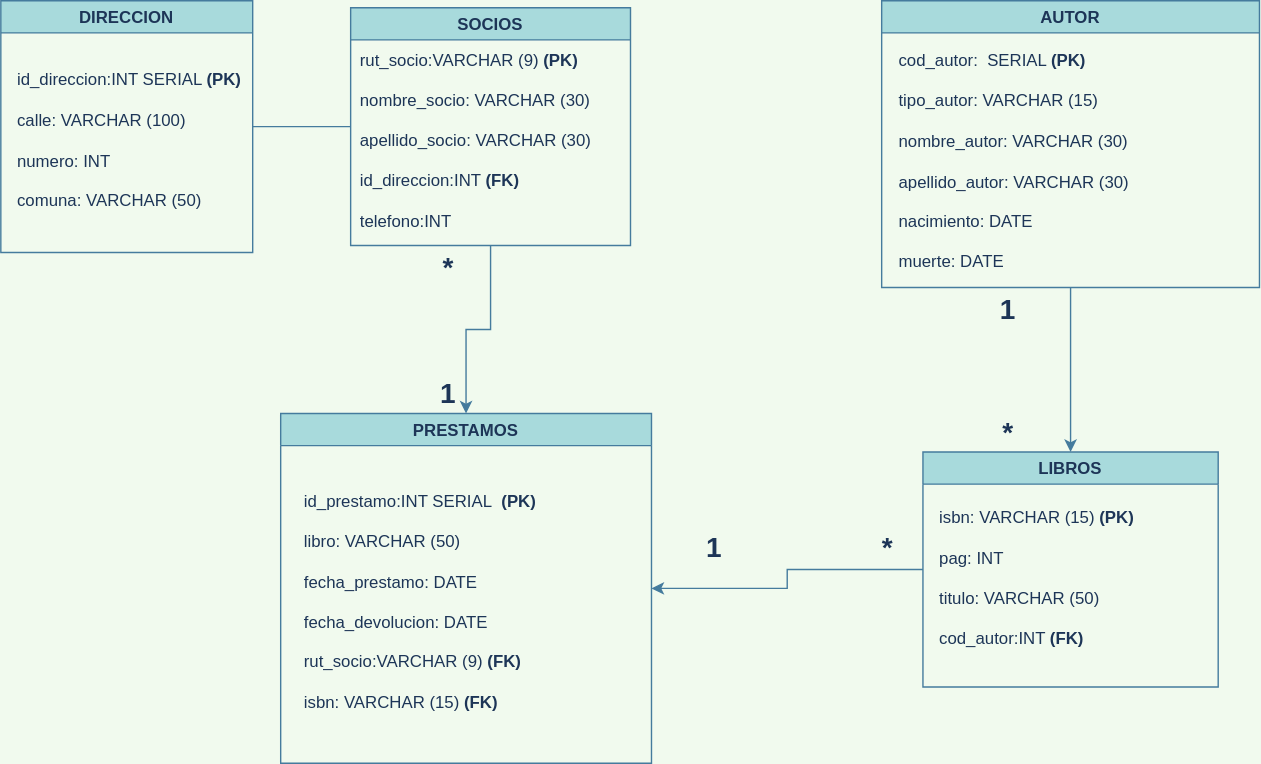
The draw.io diagram Modelo_Fisico_03.svg in latiscool/BD_Bilbioteca_LTG, before a commit. Source tidied: cells renumbered, new cells last; positions are measured from the earlier drawing's top-left corner, leaving out a move shared by most shapes.
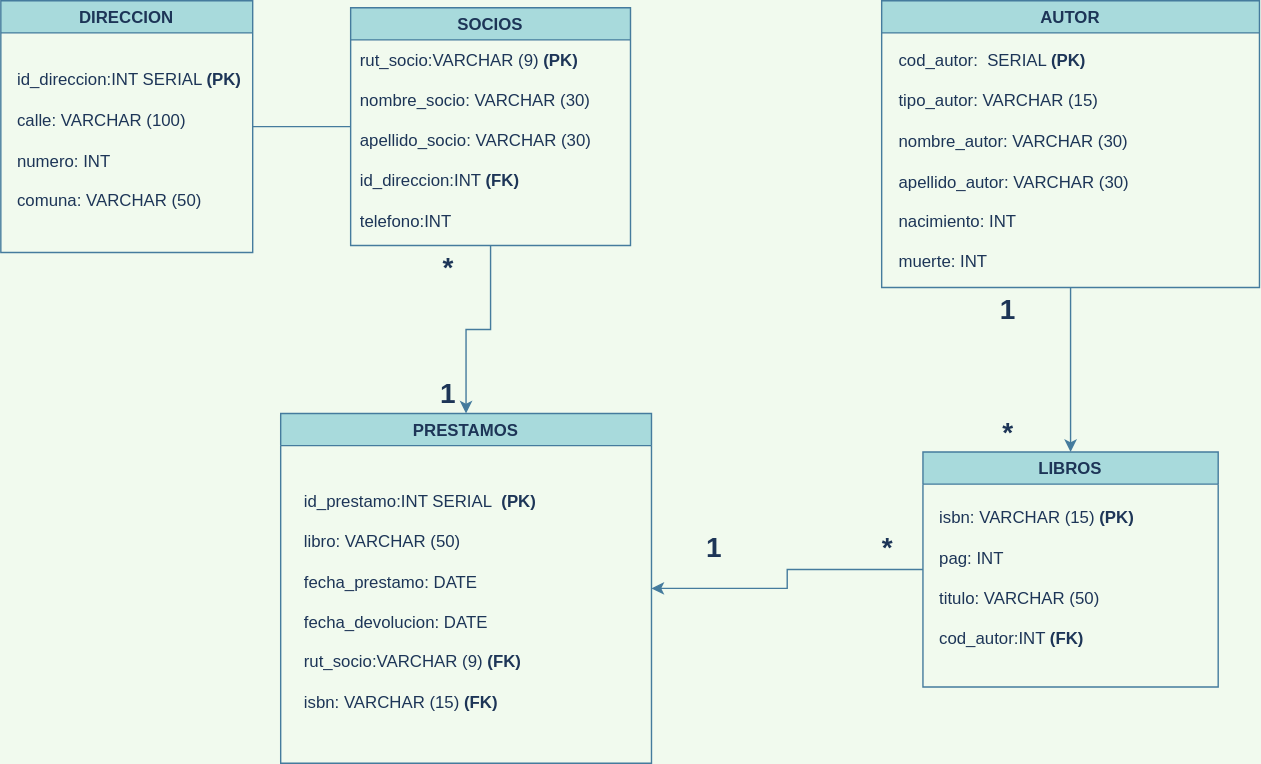
Later version of the same file.

Change to the diagram source:
```diff
@@ -32,7 +32,7 @@
     <mxCell id="11" value="AUTOR" style="swimlane;fillColor=#A8DADC;strokeColor=#457B9D;fontColor=#1D3557;" parent="1" vertex="1">
       <mxGeometry x="629.5" width="270" height="205" as="geometry" />
     </mxCell>
-    <mxCell id="12" value="cod_autor:&amp;nbsp; SERIAL &lt;b&gt;(PK)&lt;br&gt;&lt;/b&gt;&lt;br&gt;tipo_autor: VARCHAR (15)&lt;br&gt;&lt;br&gt;nombre_autor: VARCHAR (30)&lt;br&gt;&lt;br&gt;apellido_autor: VARCHAR (30)&lt;br&gt;&lt;br&gt;nacimiento: DATE&lt;br&gt;&lt;br&gt;muerte: DATE" style="text;html=1;strokeColor=none;fillColor=none;align=left;verticalAlign=middle;whiteSpace=wrap;rounded=0;sketch=0;fontColor=#1D3557;" parent="11" vertex="1">
+    <mxCell id="12" value="cod_autor:&amp;nbsp; SERIAL &lt;b&gt;(PK)&lt;br&gt;&lt;/b&gt;&lt;br&gt;tipo_autor: VARCHAR (15)&lt;br&gt;&lt;br&gt;nombre_autor: VARCHAR (30)&lt;br&gt;&lt;br&gt;apellido_autor: VARCHAR (30)&lt;br&gt;&lt;br&gt;nacimiento: INT&lt;br&gt;&lt;br&gt;muerte: INT" style="text;html=1;strokeColor=none;fillColor=none;align=left;verticalAlign=middle;whiteSpace=wrap;rounded=0;sketch=0;fontColor=#1D3557;" parent="11" vertex="1">
       <mxGeometry x="10" y="30" width="250" height="170" as="geometry" />
     </mxCell>
     <mxCell id="13" value="&lt;font style=&quot;font-size: 20px;&quot;&gt;&lt;b style=&quot;font-size: 20px;&quot;&gt;*&lt;/b&gt;&lt;/font&gt;" style="text;html=1;strokeColor=none;fillColor=none;align=center;verticalAlign=middle;whiteSpace=wrap;rounded=0;fontSize=20;fontColor=#1D3557;" parent="1" vertex="1">
```
